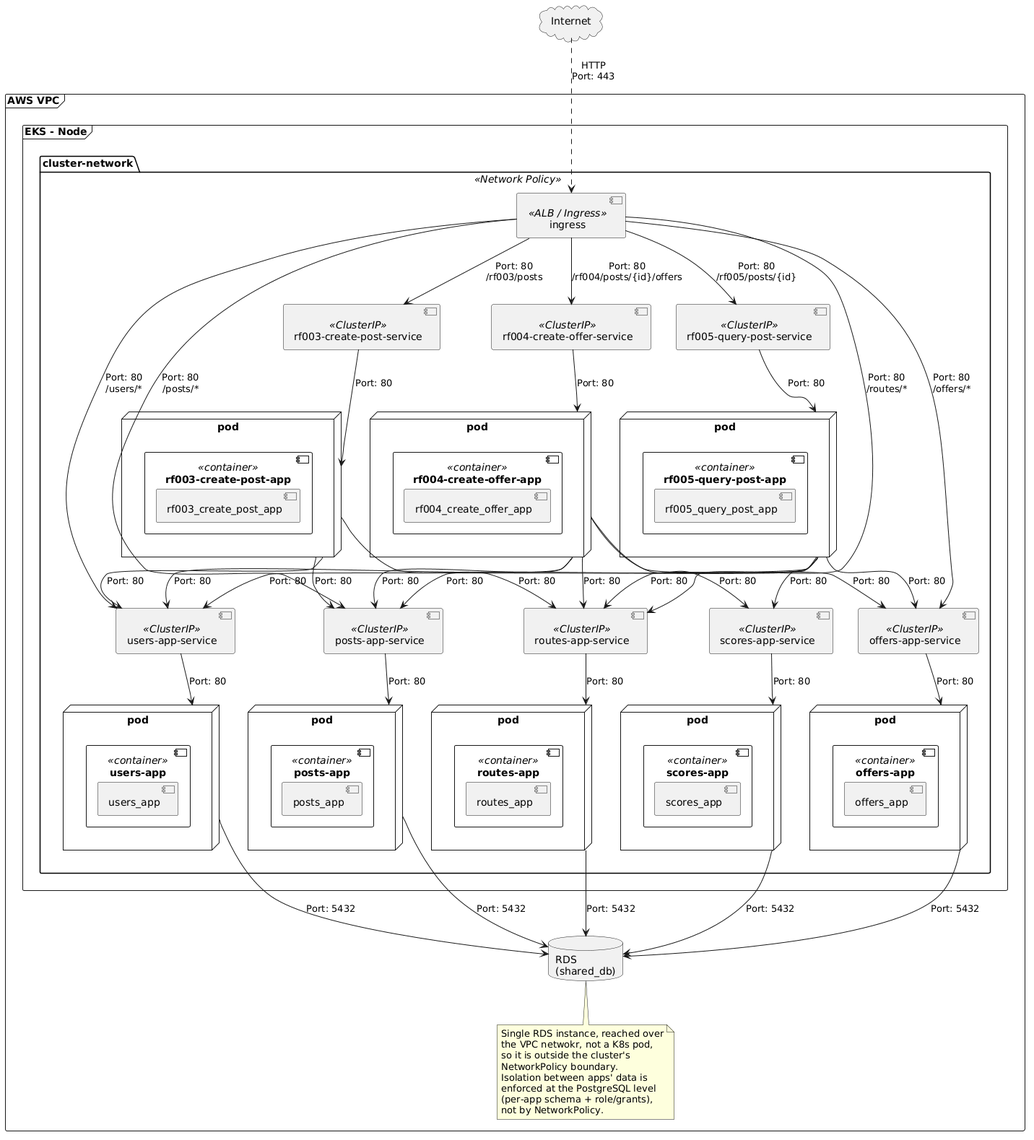
Above: docs/diagrams/networks_second_iteration.png in PedroTrujilloV/CloudNativeComputingSharedSuitcaseApp (PlantUML), before the change.
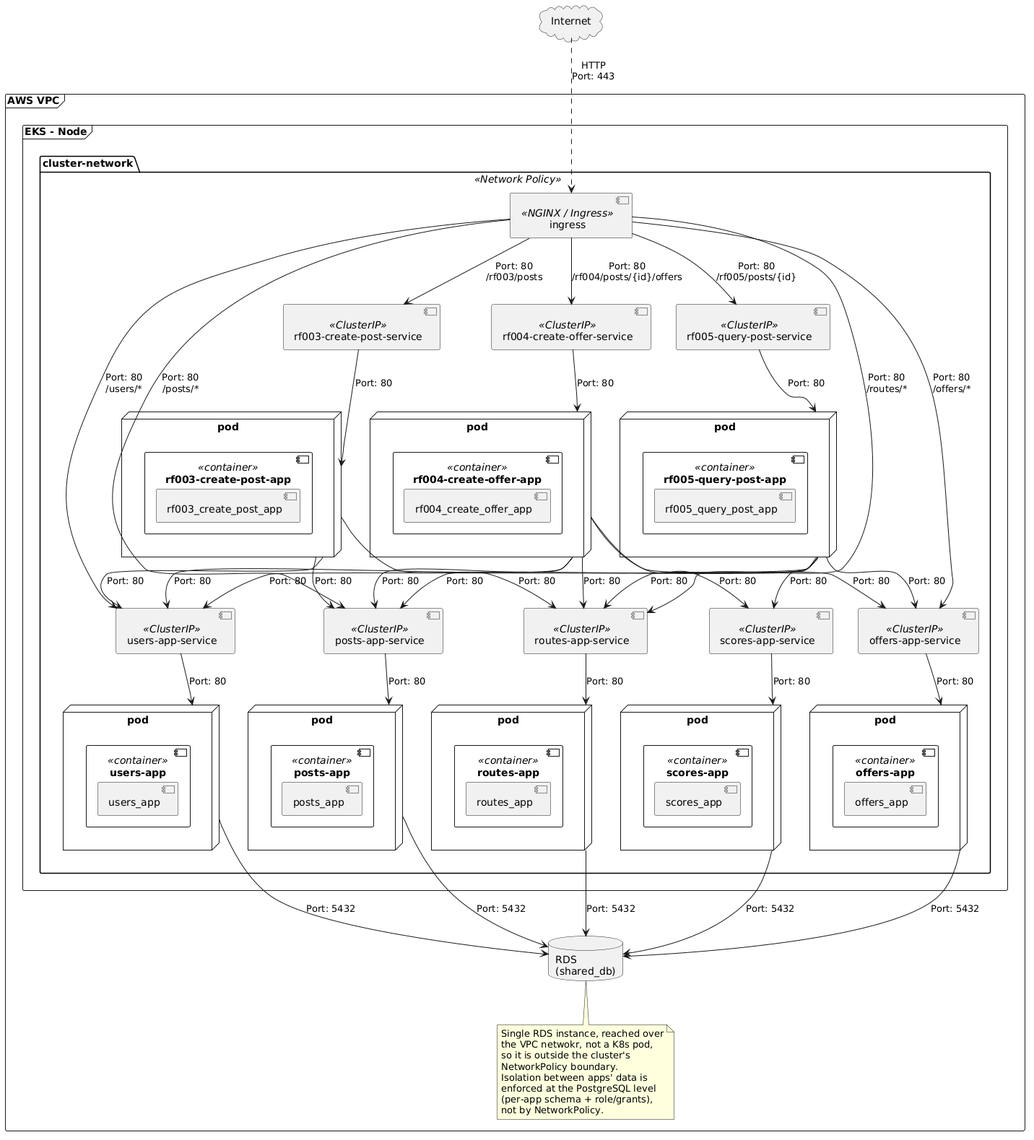
After the commit.

The edit, as a diff of the source:
```diff
@@ -8,7 +8,7 @@
 
     package "cluster-network" <<Network Policy>> {
 
-      component "ingress" as Ingress <<ALB / Ingress>>
+      component "ingress" as Ingress <<NGINX / Ingress>>
 
       component "rf003-create-post-service" as RF003Service <<ClusterIP>>
       node "pod" as RF003Pod {
```
